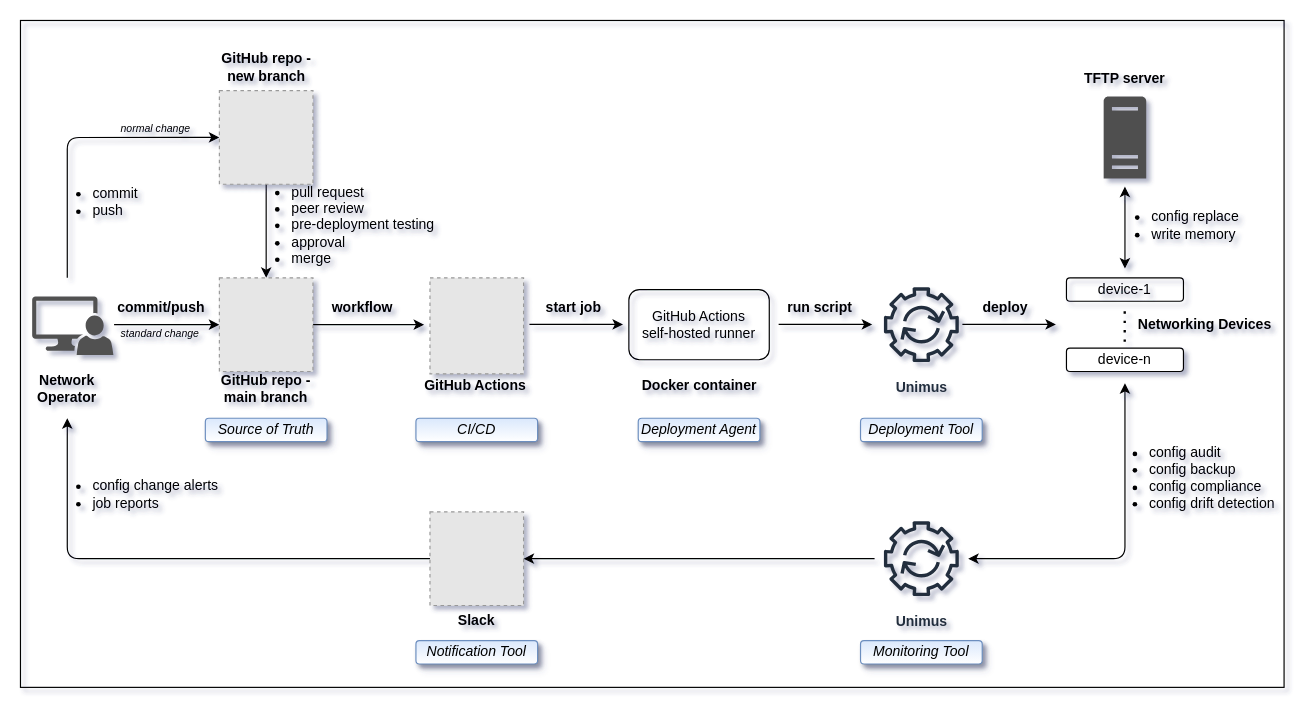
Earlier version of the draw.io diagram diagram-network-automation-github-actions.drawio (gdmoney/network-automation-github-actions). Source tidied: cells renumbered, new cells numbered last; positions are measured from the earlier drawing's top-left corner, leaving out a move shared by most shapes. Both pictures are drawn from the tidied source at 117%, with x=0, y=0 at pixel (20, 20). Pictures stored in the file or linked from it are replaced by grey dashed boxes.
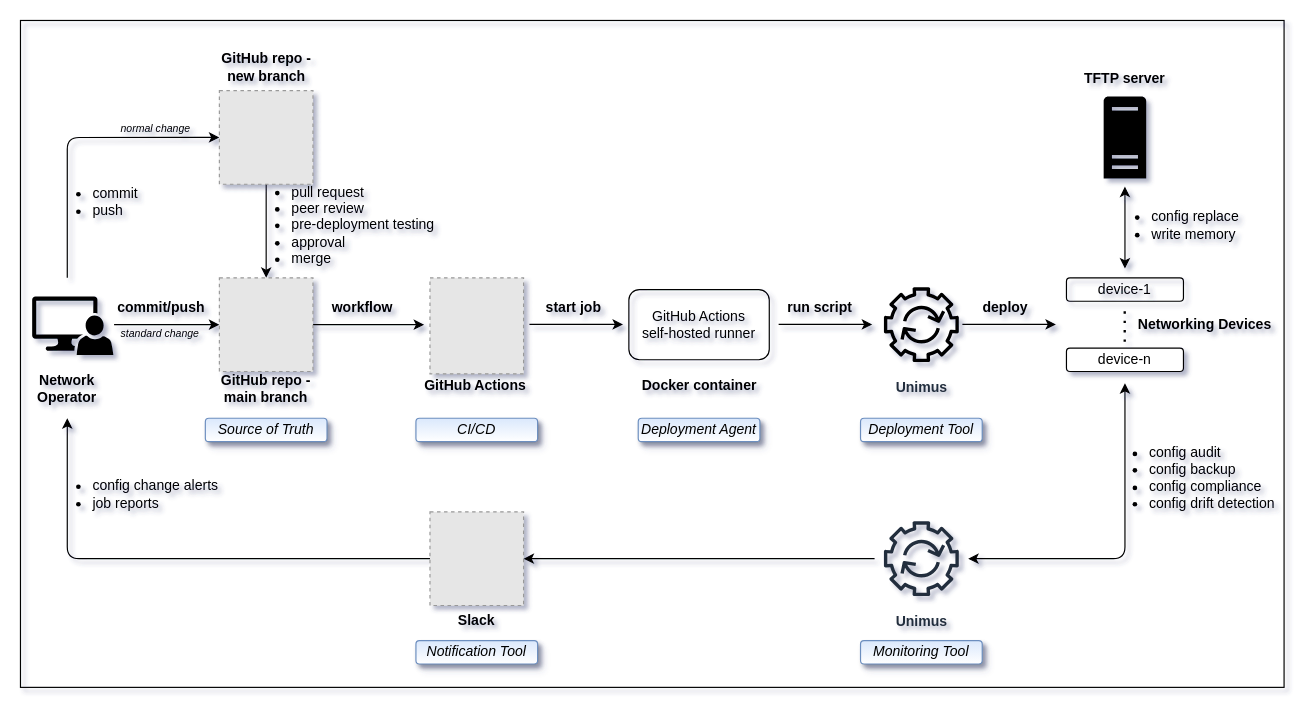
The same diagram, later.

Change to the diagram source:
```diff
@@
-    <mxCell id="34" style="shadow=0;dashed=0;html=1;strokeColor=none;fillColor=#505050;labelPosition=center;verticalLabelPosition=bottom;verticalAlign=top;align=center;shape=mxgraph.office.servers.server_generic;" parent="1" vertex="1">
+    <mxCell id="34" style="shadow=0;dashed=0;html=1;strokeColor=none;fillColor=#000000;labelPosition=center;verticalLabelPosition=bottom;verticalAlign=top;align=center;shape=mxgraph.office.servers.server_generic;" parent="1" vertex="1">
       <mxGeometry x="925.8" y="65" width="36.4" height="70" as="geometry" />
     </mxCell>
@@
-    <mxCell id="40" style="shadow=0;dashed=0;html=1;strokeColor=none;labelPosition=center;verticalLabelPosition=bottom;verticalAlign=top;align=center;fillColor=#515151;shape=mxgraph.mscae.system_center.admin_console;" parent="1" vertex="1">
+    <mxCell id="40" style="shadow=0;dashed=0;html=1;strokeColor=none;labelPosition=center;verticalLabelPosition=bottom;verticalAlign=top;align=center;fillColor=#000000;shape=mxgraph.mscae.system_center.admin_console;" parent="1" vertex="1">
       <mxGeometry x="10" y="236" width="69.4" height="50" as="geometry" />
     </mxCell>
@@
-    <mxCell id="46" value="&lt;b&gt;Unimus&lt;/b&gt;" style="fontColor=#232F3E;gradientColor=none;strokeColor=#232F3E;dashed=0;verticalLabelPosition=bottom;verticalAlign=top;align=center;html=1;fontSize=12;fontStyle=0;shape=mxgraph.aws4.resourceIcon;resIcon=mxgraph.aws4.automation;fillColor=none;" parent="1" vertex="1">
+    <mxCell id="46" value="&lt;b&gt;Unimus&lt;/b&gt;" style="fontColor=#232F3E;gradientColor=none;strokeColor=#000000;dashed=0;verticalLabelPosition=bottom;verticalAlign=top;align=center;html=1;fontSize=12;fontStyle=0;shape=mxgraph.aws4.resourceIcon;resIcon=mxgraph.aws4.automation;fillColor=none;" parent="1" vertex="1">
       <mxGeometry x="730" y="220" width="80" height="80" as="geometry" />
     </mxCell>
```
